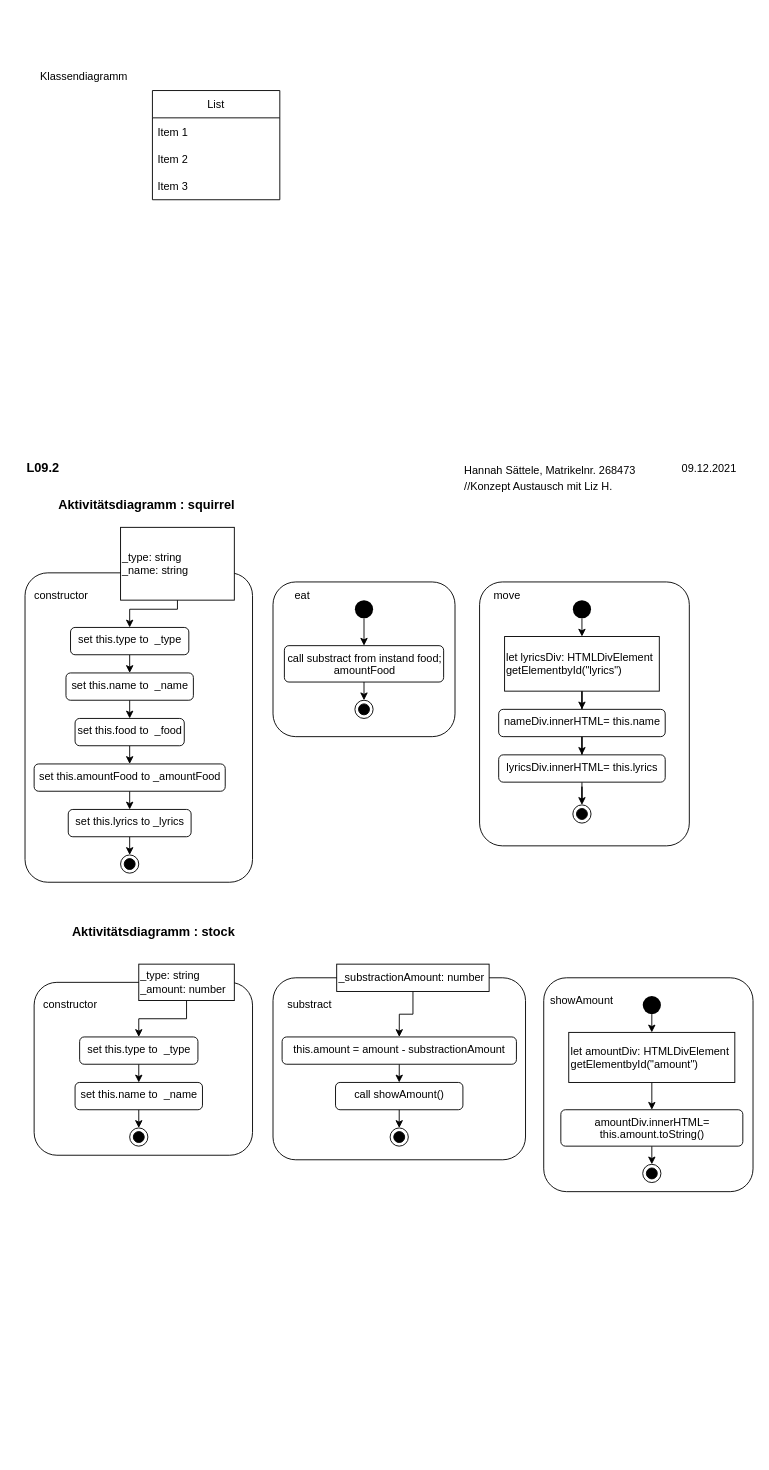
Above: Aufgabe9.2/L09.2_Klassendiagramm.drawio in hannahsaettele/EIA2 (draw.io), before the change. Source tidied: cells renumbered, new cells numbered last; positions are measured from the earlier drawing's top-left corner, leaving out a move shared by most shapes. Both pictures are drawn from the tidied source at 91%, with x=0, y=0 at pixel (15, 63).
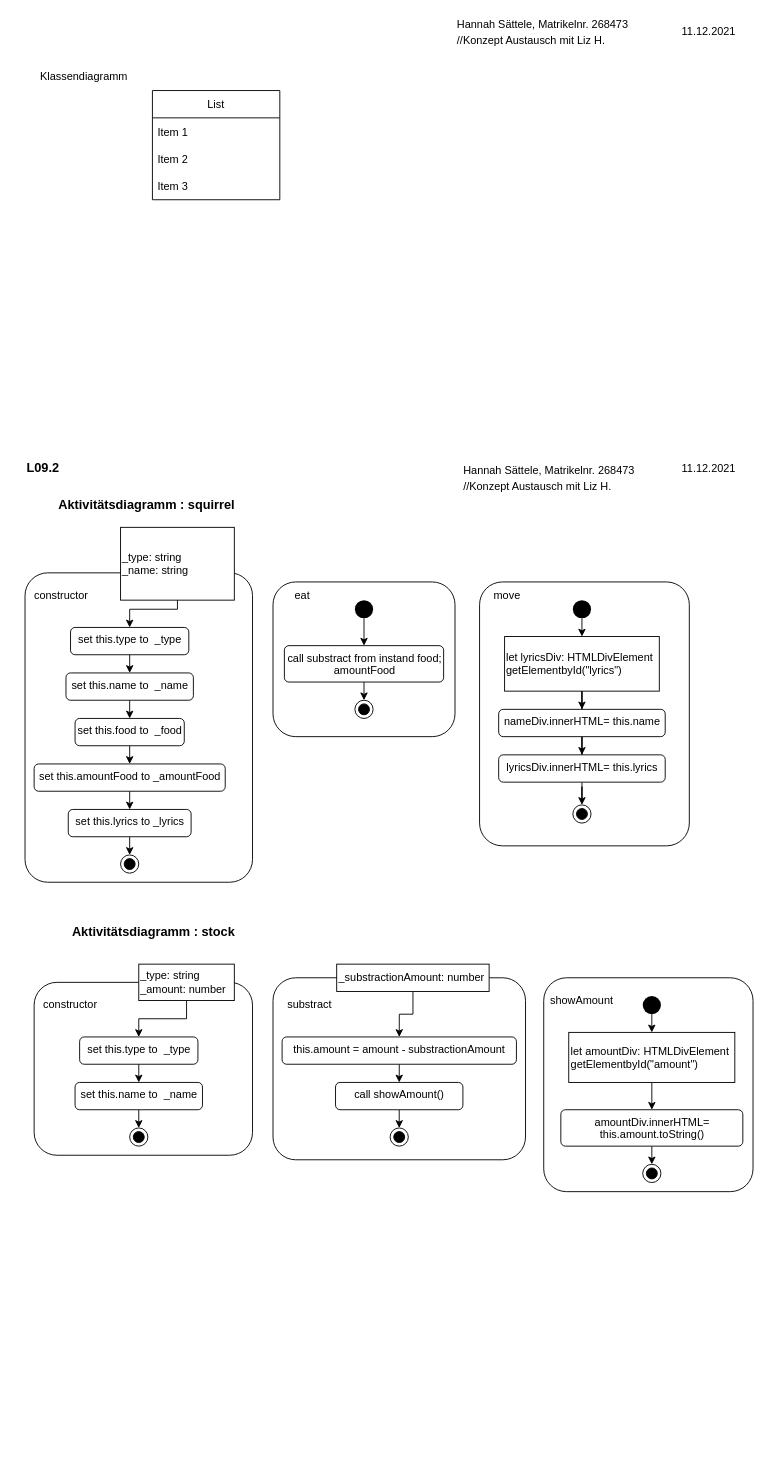
The same diagram, later.

The edit, as a diff of the source:
```diff
@@
     <mxCell id="2" value="&lt;font style=&quot;font-size: 12px&quot;&gt;Hannah Sättele, Matrikelnr. 268473&lt;br&gt;//Konzept Austausch mit Liz H.&lt;br&gt;&lt;/font&gt;" style="text;html=1;strokeColor=none;fillColor=none;align=left;verticalAlign=middle;whiteSpace=wrap;rounded=0;fontSize=14;" parent="1" vertex="1">
-      <mxGeometry x="491.2" y="440" width="230" height="30" as="geometry" />
+      <mxGeometry x="490" y="440" width="231.2" height="30" as="geometry" />
     </mxCell>
-    <mxCell id="3" value="&lt;span style=&quot;font-size: 12px&quot;&gt;09.12.2021&lt;/span&gt;" style="text;html=1;strokeColor=none;fillColor=none;align=left;verticalAlign=middle;whiteSpace=wrap;rounded=0;fontSize=14;" parent="1" vertex="1">
+    <mxCell id="3" value="&lt;span style=&quot;font-size: 12px&quot;&gt;11.12.2021&lt;/span&gt;" style="text;html=1;strokeColor=none;fillColor=none;align=left;verticalAlign=middle;whiteSpace=wrap;rounded=0;fontSize=14;" parent="1" vertex="1">
       <mxGeometry x="730" y="430" width="60" height="30" as="geometry" />
     </mxCell>
@@
+    <mxCell id="75" value="&lt;font style=&quot;font-size: 12px&quot;&gt;Hannah Sättele, Matrikelnr. 268473&lt;br&gt;//Konzept Austausch mit Liz H.&lt;br&gt;&lt;/font&gt;" style="text;html=1;strokeColor=none;fillColor=none;align=left;verticalAlign=middle;whiteSpace=wrap;rounded=0;fontSize=14;" parent="1" vertex="1">
+      <mxGeometry x="482.5" y="-50" width="231.2" height="30" as="geometry" />
+    </mxCell>
+    <mxCell id="76" value="&lt;span style=&quot;font-size: 12px&quot;&gt;11.12.2021&lt;/span&gt;" style="text;html=1;strokeColor=none;fillColor=none;align=left;verticalAlign=middle;whiteSpace=wrap;rounded=0;fontSize=14;" parent="1" vertex="1">
+      <mxGeometry x="730" y="-50" width="60" height="30" as="geometry" />
+    </mxCell>
```
